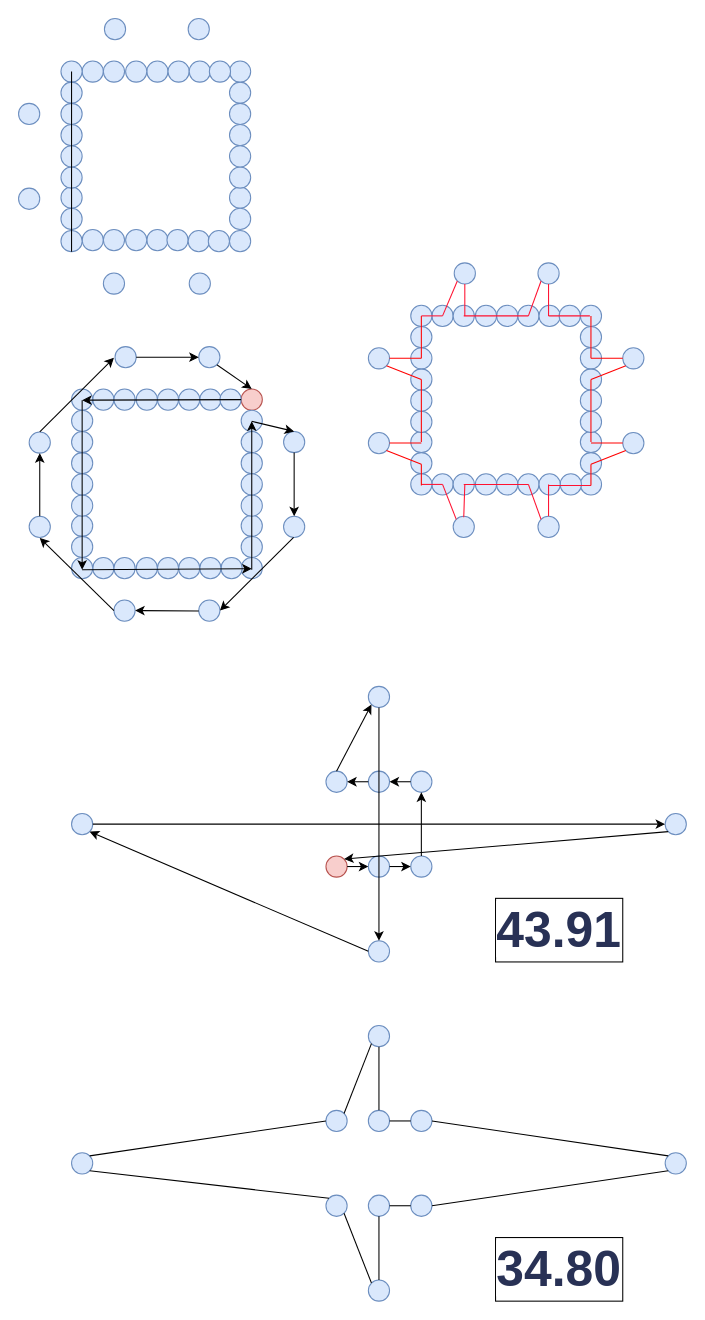
The draw.io diagram 2-1.drawio in YinhuaChen-cloud/Advanced_Algorithm_hw, before the edit. Source tidied: cells renumbered, new cells numbered last; positions are measured from the earlier drawing's top-left corner, leaving out a move shared by most shapes. Both pictures are drawn from the tidied source at 106%, with x=0, y=0 at pixel (18, 18).
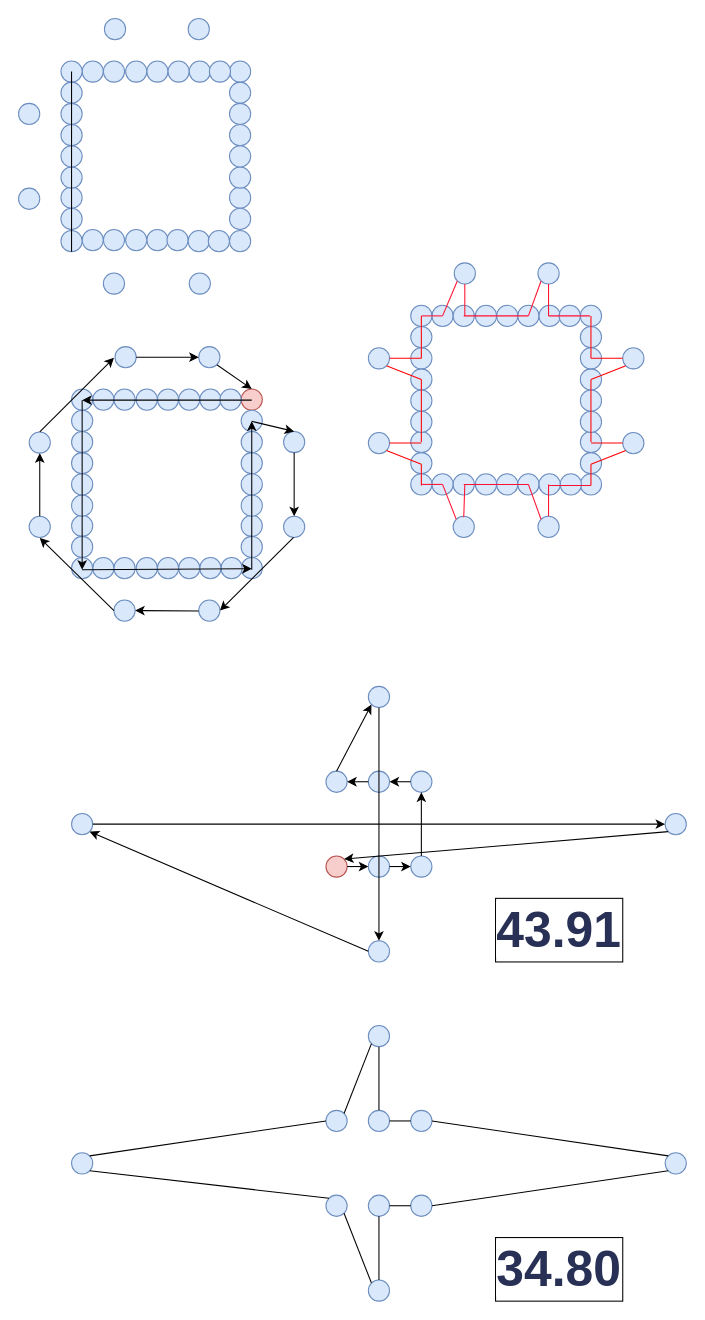
The same page after the edit.

Unchanged cells that the change refers to:
```xml
<mxCell id="170" style="ellipse;whiteSpace=wrap;html=1;fillColor=#dae8fc;strokeColor=#6c8ebf;" parent="1" vertex="1">
  <mxGeometry x="190" y="349.5" width="20" height="20" as="geometry" />
</mxCell>
```

The edit, as a diff of the source:
```diff
@@
-    <mxCell id="191" style="endArrow=classic;html=1;rounded=0;exitX=1;exitY=0.5;exitDx=0;exitDy=0;" parent="1" edge="1" source="170">
+    <mxCell id="191" style="endArrow=classic;html=1;rounded=0;" parent="1" edge="1">
       <mxGeometry relative="1" as="geometry">
+        <mxPoint x="220" y="360" as="sourcePoint" />
         <mxPoint x="60" y="360" as="targetPoint" />
       </mxGeometry>
     </mxCell>
```
